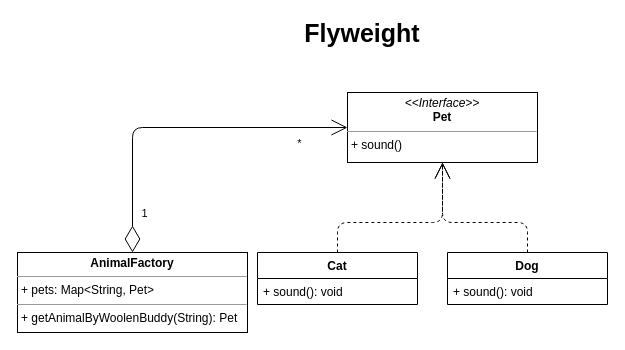
Earlier version of the draw.io diagram page "Flyweight" (6 of 7) of patterns/structural.drawio (antariuz/uml). Source tidied: cells renumbered, new cells numbered last; positions are measured from the earlier drawing's top-left corner, leaving out a move shared by most shapes. Both pictures are drawn from the tidied source at 100%, with x=0, y=0 at pixel (17, 22).
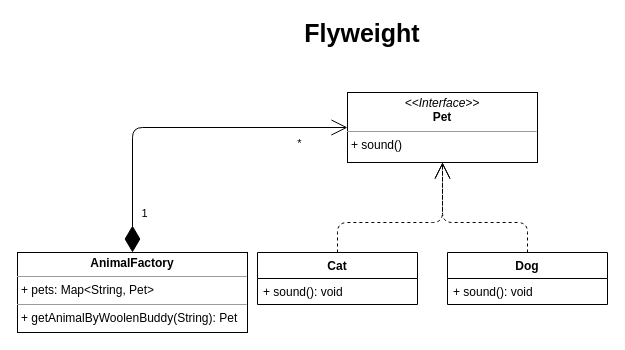
After the change.

Change to the diagram source:
```diff
@@
 <mxGraphModel>
   <root>
     <mxCell id="0" />
     <mxCell id="1" parent="0" />
     <mxCell id="2" value="&lt;span style=&quot;font-size: 25px&quot;&gt;&lt;b&gt;Flyweight&lt;/b&gt;&lt;/span&gt;" style="text;html=1;strokeColor=none;fillColor=none;align=center;verticalAlign=middle;whiteSpace=wrap;rounded=0;" parent="1" vertex="1">
       <mxGeometry x="240" width="210" height="20" as="geometry" />
     </mxCell>
     <mxCell id="3" value="&lt;p style=&quot;margin: 0px ; margin-top: 4px ; text-align: center&quot;&gt;&lt;b&gt;AnimalFactory&lt;/b&gt;&lt;/p&gt;&lt;hr size=&quot;1&quot;&gt;&lt;p style=&quot;margin: 0px ; margin-left: 4px&quot;&gt;+ pets: Map&amp;lt;String, Pet&amp;gt;&lt;br&gt;&lt;/p&gt;&lt;hr size=&quot;1&quot;&gt;&lt;p style=&quot;margin: 0px ; margin-left: 4px&quot;&gt;+ getAnimalByWoolenBuddy(String): Pet&lt;/p&gt;" style="verticalAlign=top;align=left;overflow=fill;fontSize=12;fontFamily=Helvetica;html=1;" parent="1" vertex="1">
       <mxGeometry y="230" width="230" height="80" as="geometry" />
     </mxCell>
-    <mxCell id="4" value="Relation" style="endArrow=open;endSize=14;startArrow=diamondThin;startSize=24;startFill=0;edgeStyle=orthogonalEdgeStyle;noLabel=1;fontColor=none;labelBackgroundColor=none;endFill=0;strokeWidth=1;jumpSize=16;exitX=0.5;exitY=0;exitDx=0;exitDy=0;entryX=0;entryY=0.5;entryDx=0;entryDy=0;" parent="1" edge="1" source="3" target="8">
+    <mxCell id="4" value="Relation" style="endArrow=open;endSize=14;startArrow=diamondThin;startSize=24;startFill=1;edgeStyle=orthogonalEdgeStyle;noLabel=1;fontColor=none;labelBackgroundColor=none;endFill=0;strokeWidth=1;jumpSize=16;exitX=0.5;exitY=0;exitDx=0;exitDy=0;entryX=0;entryY=0.5;entryDx=0;entryDy=0;" parent="1" edge="1" source="3" target="8">
       <mxGeometry relative="1" as="geometry">
         <Array as="points">
           <mxPoint x="115" y="105" />
         </Array>
       </mxGeometry>
     </mxCell>
     <mxCell id="5" value="1" style="edgeLabel;html=1;align=center;verticalAlign=middle;" parent="4" vertex="1">
       <mxGeometry x="-0.13" y="2" relative="1" as="geometry">
         <mxPoint x="-12" y="87" as="offset" />
       </mxGeometry>
     </mxCell>
     <mxCell id="6" value="*" style="edgeLabel;html=1;align=center;verticalAlign=middle;" parent="4" vertex="1">
       <mxGeometry x="0.59" y="-2" relative="1" as="geometry">
         <mxPoint x="21" y="13" as="offset" />
       </mxGeometry>
     </mxCell>
     <mxCell id="7" value="Relation" style="endArrow=open;endSize=14;startArrow=none;startSize=34;startFill=0;edgeStyle=orthogonalEdgeStyle;noLabel=1;fontColor=none;labelBackgroundColor=none;endFill=0;strokeWidth=1;jumpSize=16;dashed=1;exitX=0.5;exitY=0;exitDx=0;exitDy=0;entryX=0.5;entryY=1;entryDx=0;entryDy=0;" parent="1" edge="1" source="9" target="8">
       <mxGeometry relative="1" as="geometry">
         <Array as="points">
           <mxPoint x="320" y="200" />
           <mxPoint x="425" y="200" />
         </Array>
       </mxGeometry>
     </mxCell>
     <mxCell id="8" value="&lt;p style=&quot;margin: 0px ; margin-top: 4px ; text-align: center&quot;&gt;&lt;i&gt;&amp;lt;&amp;lt;Interface&amp;gt;&amp;gt;&lt;/i&gt;&lt;br&gt;&lt;b&gt;Pet&lt;/b&gt;&lt;/p&gt;&lt;hr size=&quot;1&quot;&gt;&lt;p style=&quot;margin: 0px ; margin-left: 4px&quot;&gt;+ sound()&lt;br&gt;&lt;/p&gt;" style="verticalAlign=top;align=left;overflow=fill;fontSize=12;fontFamily=Helvetica;html=1;" parent="1" vertex="1">
       <mxGeometry x="330" y="70" width="190" height="70" as="geometry" />
     </mxCell>
     <mxCell id="9" value="Cat" style="swimlane;fontStyle=1;align=center;verticalAlign=top;horizontal=1;startSize=26;" parent="1" vertex="1">
       <mxGeometry x="240" y="230" width="160" height="52" as="geometry" />
     </mxCell>
     <mxCell id="10" value="+ sound(): void" style="text;strokeColor=none;fillColor=none;align=left;verticalAlign=top;spacingLeft=4;spacingRight=4;overflow=hidden;" parent="9" vertex="1">
       <mxGeometry y="26" width="160" height="26" as="geometry" />
     </mxCell>
     <mxCell id="11" value="Dog" style="swimlane;fontStyle=1;align=center;verticalAlign=top;horizontal=1;startSize=26;" parent="1" vertex="1">
       <mxGeometry x="430" y="230" width="160" height="52" as="geometry" />
     </mxCell>
     <mxCell id="12" value="+ sound(): void" style="text;strokeColor=none;fillColor=none;align=left;verticalAlign=top;spacingLeft=4;spacingRight=4;overflow=hidden;" parent="11" vertex="1">
       <mxGeometry y="26" width="160" height="26" as="geometry" />
     </mxCell>
     <mxCell id="13" value="Relation" style="endArrow=open;endSize=14;startArrow=none;startSize=34;startFill=0;edgeStyle=orthogonalEdgeStyle;noLabel=1;fontColor=none;labelBackgroundColor=none;endFill=0;strokeWidth=1;jumpSize=16;dashed=1;exitX=0.5;exitY=0;exitDx=0;exitDy=0;entryX=0.5;entryY=1;entryDx=0;entryDy=0;" parent="1" edge="1" source="11" target="8">
       <mxGeometry relative="1" as="geometry">
         <Array as="points">
           <mxPoint x="510" y="200" />
           <mxPoint x="425" y="200" />
         </Array>
       </mxGeometry>
     </mxCell>
   </root>
 </mxGraphModel>
```
